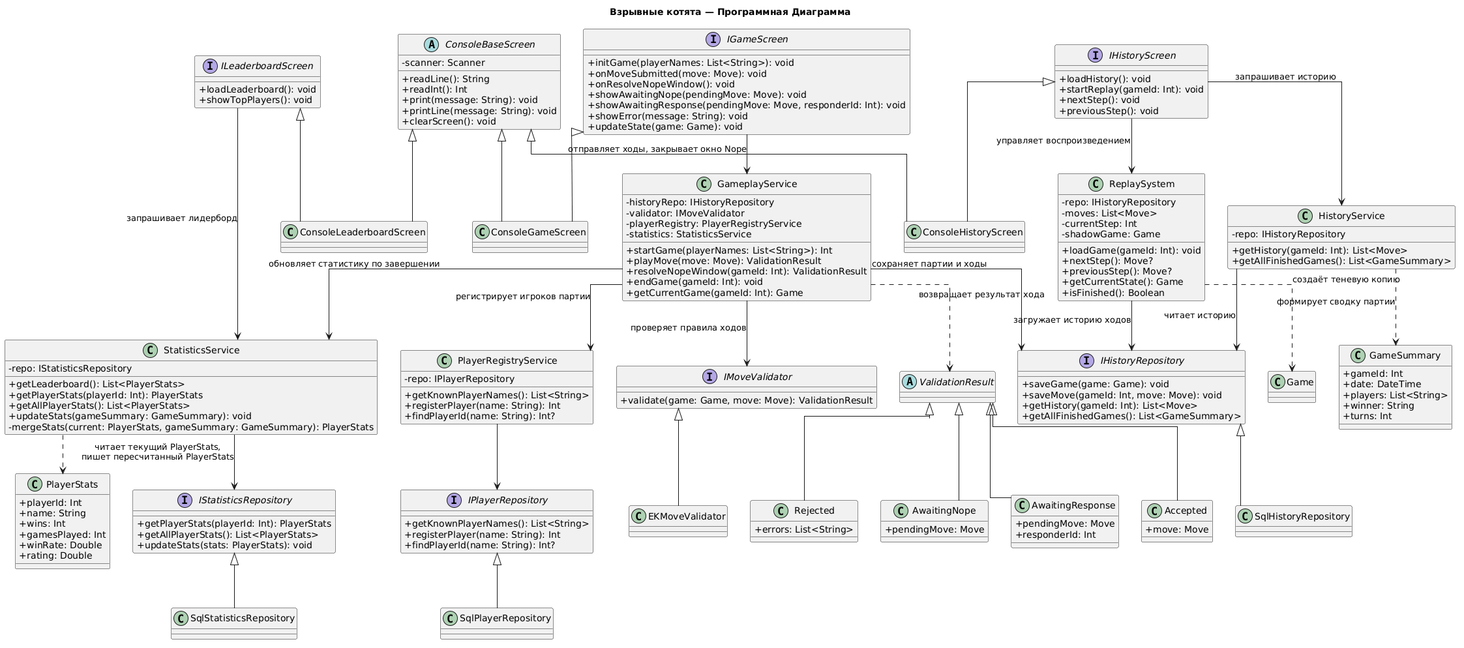
Earlier version of the PlantUML export docs/implementation_class_diagram.png (Ilya-Bugaev/ExplodingKittens).
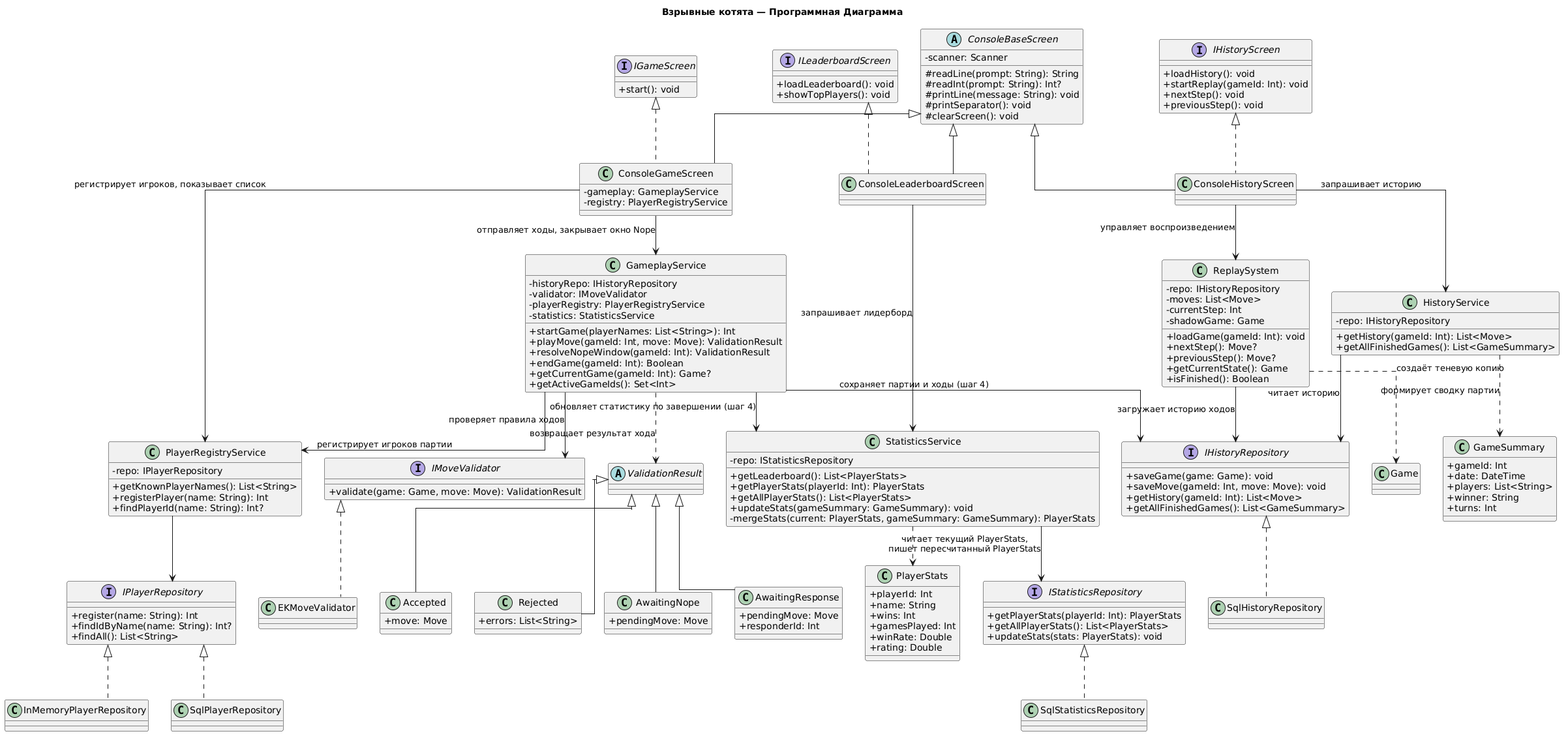
Later version of the same file.

The edit, as a diff of the source:
```diff
@@ -17,14 +17,17 @@
 }
 
 interface IPlayerRepository {
-  +getKnownPlayerNames(): List<String>
-  +registerPlayer(name: String): Int
-  +findPlayerId(name: String): Int?
+  +register(name: String): Int
+  +findIdByName(name: String): Int?
+  +findAll(): List<String>
 }
 
 class SqlHistoryRepository
 class SqlStatisticsRepository
 class SqlPlayerRepository
+
+class InMemoryPlayerRepository
+IPlayerRepository <|.. InMemoryPlayerRepository
 
 interface IMoveValidator {
   +validate(game: Game, move: Move): ValidationResult
@@ -57,15 +60,16 @@
   -playerRegistry: PlayerRegistryService
   -statistics: StatisticsService
   +startGame(playerNames: List<String>): Int
-  +playMove(move: Move): ValidationResult
+  +playMove(gameId: Int, move: Move): ValidationResult
   +resolveNopeWindow(gameId: Int): ValidationResult
-  +endGame(gameId: Int): void
-  +getCurrentGame(gameId: Int): Game
+  +endGame(gameId: Int): Boolean
+  +getCurrentGame(gameId: Int): Game?
+  +getActiveGameIds(): Set<Int>
 }
-GameplayService --> IHistoryRepository : сохраняет партии и ходы
+GameplayService --> IHistoryRepository : сохраняет партии и ходы (шаг 4)
 GameplayService --> IMoveValidator : проверяет правила ходов
 GameplayService --> PlayerRegistryService : регистрирует игроков партии
-GameplayService --> StatisticsService : обновляет статистику по завершении
+GameplayService --> StatisticsService : обновляет статистику по завершении (шаг 4)
 GameplayService ..> ValidationResult : возвращает результат хода
 
 class PlayerRegistryService {
@@ -127,13 +131,7 @@
 ReplaySystem ..> Game : создаёт теневую копию
 
 interface IGameScreen {
-  +initGame(playerNames: List<String>): void
-  +onMoveSubmitted(move: Move): void
-  +onResolveNopeWindow(): void
-  +showAwaitingNope(pendingMove: Move): void
-  +showAwaitingResponse(pendingMove: Move, responderId: Int): void
-  +showError(message: String): void
-  +updateState(game: Game): void
+  +start(): void
 }
 
 interface IHistoryScreen {
@@ -150,29 +148,33 @@
 
 abstract class ConsoleBaseScreen {
   -scanner: Scanner
-  +readLine(): String
-  +readInt(): Int
-  +print(message: String): void
-  +printLine(message: String): void
-  +clearScreen(): void
+  #readLine(prompt: String): String
+  #readInt(prompt: String): Int?
+  #printLine(message: String): void
+  #printSeparator(): void
+  #clearScreen(): void
 }
 
-class ConsoleGameScreen
+class ConsoleGameScreen {
+  -gameplay: GameplayService
+  -registry: PlayerRegistryService
+}
 class ConsoleHistoryScreen
 class ConsoleLeaderboardScreen
 
-IGameScreen --> GameplayService : отправляет ходы, закрывает окно Nope
-IHistoryScreen --> HistoryService : запрашивает историю
-IHistoryScreen --> ReplaySystem : управляет воспроизведением
-ILeaderboardScreen --> StatisticsService : запрашивает лидерборд
+ConsoleGameScreen --> GameplayService : отправляет ходы, закрывает окно Nope
+ConsoleGameScreen --> PlayerRegistryService : регистрирует игроков, показывает список
+ConsoleHistoryScreen --> HistoryService : запрашивает историю
+ConsoleHistoryScreen --> ReplaySystem : управляет воспроизведением
+ConsoleLeaderboardScreen --> StatisticsService : запрашивает лидерборд
 
-IHistoryRepository <|-- SqlHistoryRepository
-IStatisticsRepository <|-- SqlStatisticsRepository
-IPlayerRepository <|-- SqlPlayerRepository
-IMoveValidator <|-- EKMoveValidator
-IGameScreen <|-- ConsoleGameScreen
-IHistoryScreen <|-- ConsoleHistoryScreen
-ILeaderboardScreen <|-- ConsoleLeaderboardScreen
+IHistoryRepository <|.. SqlHistoryRepository
+IStatisticsRepository <|.. SqlStatisticsRepository
+IPlayerRepository <|.. SqlPlayerRepository
+IMoveValidator <|.. EKMoveValidator
+IGameScreen <|.. ConsoleGameScreen
+IHistoryScreen <|.. ConsoleHistoryScreen
+ILeaderboardScreen <|.. ConsoleLeaderboardScreen
 
 ConsoleBaseScreen <|-- ConsoleGameScreen
 ConsoleBaseScreen <|-- ConsoleHistoryScreen
```
